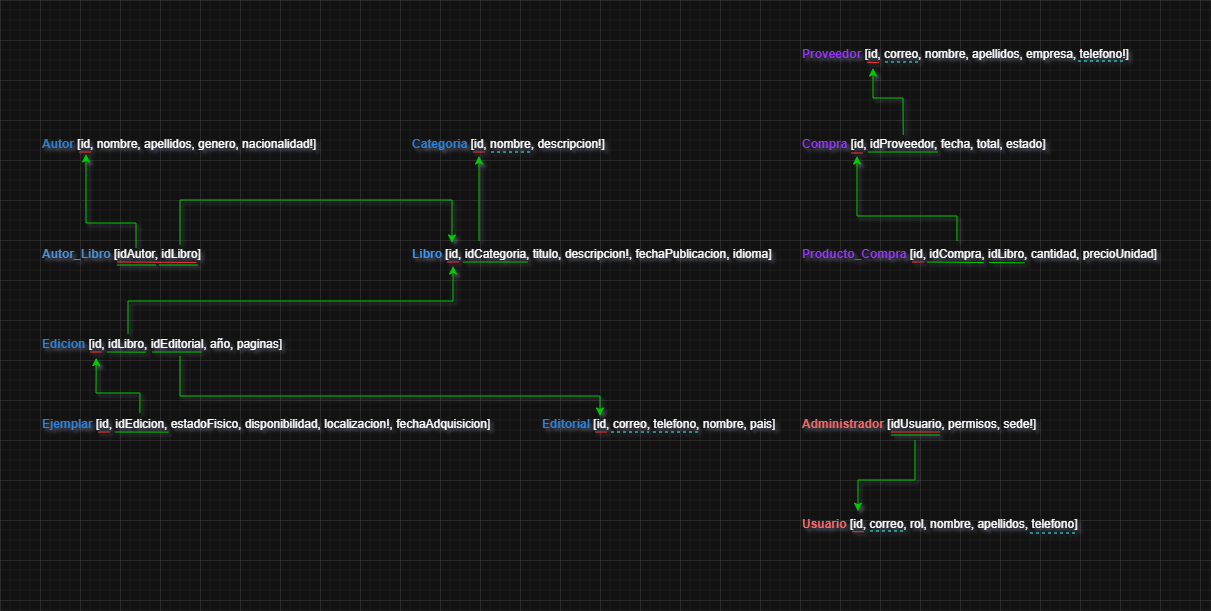
The draw.io diagram Ciclo_1/Modelo Mini (Lógico).png in gerper2008/BookTrack, before a commit. Source tidied: cells renumbered, new cells last; positions are measured from the earlier drawing's top-left corner, leaving out a move shared by most shapes.
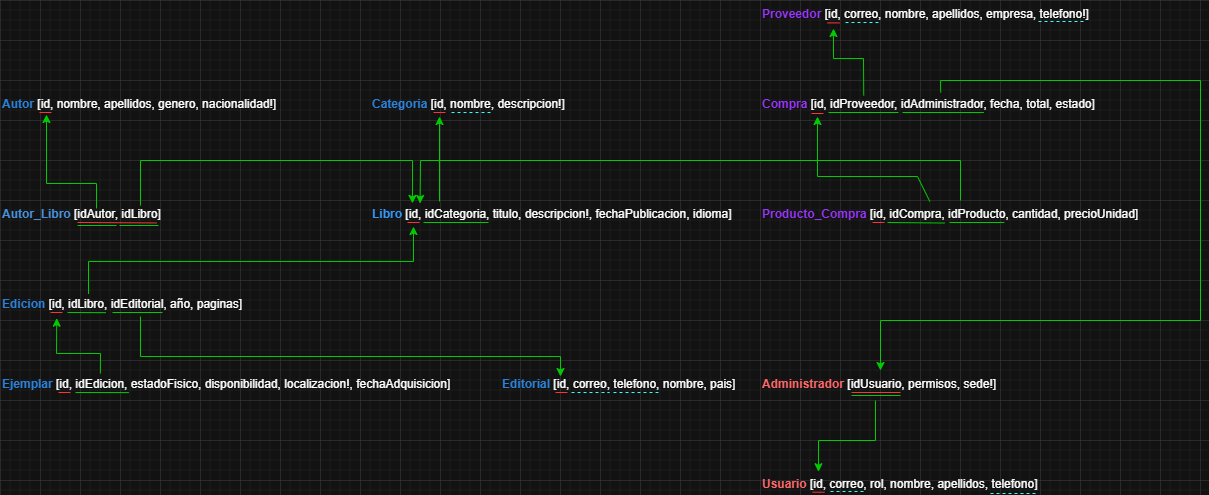
The same diagram one commit later.

Commit message:
Corrección de diseño para ciclo 1 y asímismo de los triggers de los casos de uso del modelo de funciones para este mismo ciclo

What changed in the source:
```diff
@@ -20,11 +20,11 @@
     <mxCell id="7" value="&lt;font color=&quot;#3399ff&quot;&gt;&lt;b&gt;Editorial&amp;nbsp;&lt;/b&gt;&lt;/font&gt;[id, correo, telefono, nombre, pais]" style="text;whiteSpace=wrap;html=1;" parent="1" vertex="1">
       <mxGeometry x="500" y="370" width="240" height="20" as="geometry" />
     </mxCell>
-    <mxCell id="8" value="&lt;font&gt;&lt;b style=&quot;&quot;&gt;&lt;font style=&quot;color: light-dark(rgb(51, 153, 255), rgb(153, 51, 255));&quot;&gt;Producto_Compra&amp;nbsp;&lt;/font&gt;&lt;/b&gt;&lt;/font&gt;[id, idCompra, idLibro, cantidad, precioUnidad]" style="text;whiteSpace=wrap;html=1;" parent="1" vertex="1">
-      <mxGeometry x="760" y="200" width="380" height="20" as="geometry" />
+    <mxCell id="8" value="&lt;font&gt;&lt;b style=&quot;&quot;&gt;&lt;font style=&quot;color: light-dark(rgb(51, 153, 255), rgb(153, 51, 255));&quot;&gt;Producto_Compra&amp;nbsp;&lt;/font&gt;&lt;/b&gt;&lt;/font&gt;[id, idCompra, idProducto, cantidad, precioUnidad]" style="text;whiteSpace=wrap;html=1;" parent="1" vertex="1">
+      <mxGeometry x="760" y="200" width="410" height="20" as="geometry" />
     </mxCell>
-    <mxCell id="9" value="&lt;font&gt;&lt;b style=&quot;&quot;&gt;&lt;font style=&quot;color: light-dark(rgb(51, 153, 255), rgb(153, 51, 255));&quot;&gt;Compra&amp;nbsp;&lt;/font&gt;&lt;/b&gt;&lt;/font&gt;[id, idProveedor, fecha, total, estado]" style="text;whiteSpace=wrap;html=1;" parent="1" vertex="1">
-      <mxGeometry x="760" y="90" width="260" height="20" as="geometry" />
+    <mxCell id="9" value="&lt;font&gt;&lt;b style=&quot;&quot;&gt;&lt;font style=&quot;color: light-dark(rgb(51, 153, 255), rgb(153, 51, 255));&quot;&gt;Compra&amp;nbsp;&lt;/font&gt;&lt;/b&gt;&lt;/font&gt;[id, idProveedor, idAdministrador, fecha, total, estado]" style="text;whiteSpace=wrap;html=1;" parent="1" vertex="1">
+      <mxGeometry x="760" y="90" width="340" height="20" as="geometry" />
     </mxCell>
     <mxCell id="10" value="&lt;font&gt;&lt;b style=&quot;&quot;&gt;&lt;font style=&quot;color: light-dark(rgb(51, 153, 255), rgb(153, 51, 255));&quot;&gt;Proveedor&amp;nbsp;&lt;/font&gt;&lt;/b&gt;&lt;/font&gt;[id, correo, nombre, apellidos, empresa, telefono!]" style="text;whiteSpace=wrap;html=1;" parent="1" vertex="1">
       <mxGeometry x="760" width="330" height="20" as="geometry" />
@@ -132,9 +132,10 @@
         <mxPoint x="900" y="395" as="targetPoint" />
       </mxGeometry>
     </mxCell>
-    <mxCell id="30" style="endArrow=none;html=1;rounded=0;strokeColor=light-dark(#005700,#00CC00);entryX=0.591;entryY=1.14;entryDx=0;entryDy=0;entryPerimeter=0;" parent="1" edge="1" target="8">
+    <mxCell id="30" style="endArrow=none;html=1;rounded=0;strokeColor=light-dark(#005700,#00CC00);" parent="1" edge="1">
       <mxGeometry relative="1" as="geometry">
-        <mxPoint x="949" y="222.5" as="sourcePoint" />
+        <mxPoint x="949" y="222" as="sourcePoint" />
+        <mxPoint x="1003.9" y="222" as="targetPoint" />
       </mxGeometry>
     </mxCell>
     <mxCell id="31" style="endArrow=none;html=1;rounded=0;strokeColor=light-dark(#005700,#00CC00);entryX=0.648;entryY=1.129;entryDx=0;entryDy=0;entryPerimeter=0;" parent="1" edge="1">
@@ -293,5 +294,29 @@
         </Array>
       </mxGeometry>
     </mxCell>
+    <mxCell id="52" style="endArrow=classic;html=1;rounded=0;entryX=0.134;entryY=0.15;entryDx=0;entryDy=0;entryPerimeter=0;strokeColor=light-dark(#005700,#00CC00);" parent="1" edge="1" target="2">
+      <mxGeometry relative="1" as="geometry">
+        <mxPoint x="960" y="200" as="sourcePoint" />
+        <Array as="points">
+          <mxPoint x="960" y="160" />
+          <mxPoint x="420" y="160" />
+        </Array>
+      </mxGeometry>
+    </mxCell>
+    <mxCell id="53" style="endArrow=classic;html=1;rounded=0;entryX=0.5;entryY=0;entryDx=0;entryDy=0;strokeColor=light-dark(#005700,#00CC00);exitX=0.53;exitY=0.1;exitDx=0;exitDy=0;exitPerimeter=0;" parent="1" edge="1" source="9" target="12">
+      <mxGeometry relative="1" as="geometry">
+        <Array as="points">
+          <mxPoint x="940" y="80" />
+          <mxPoint x="1200" y="80" />
+          <mxPoint x="1200" y="320" />
+          <mxPoint x="880" y="320" />
+        </Array>
+      </mxGeometry>
+    </mxCell>
+    <mxCell id="54" style="endArrow=none;html=1;rounded=0;strokeColor=light-dark(#005700,#00CC00);entryX=0.657;entryY=1.101;entryDx=0;entryDy=0;entryPerimeter=0;" parent="1" edge="1" target="9">
+      <mxGeometry relative="1" as="geometry">
+        <mxPoint x="902" y="112" as="sourcePoint" />
+      </mxGeometry>
+    </mxCell>
   </root>
 </mxGraphModel>
```
